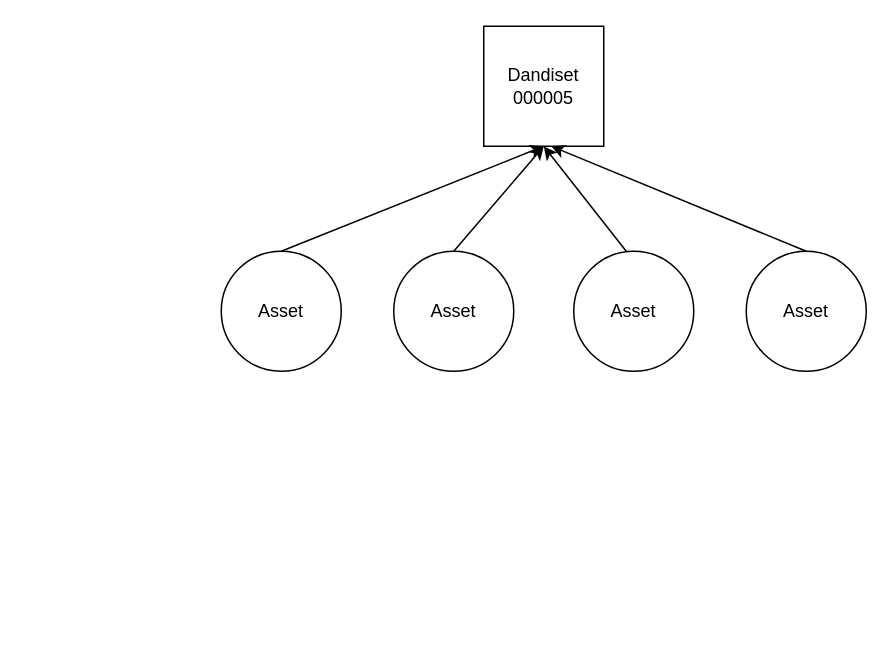
The draw.io diagram AssetDandisetM2M.drawio in mvandenburgh/rcte-talk, before the edit. Source tidied: cells renumbered, new cells numbered last; positions are measured from the earlier drawing's top-left corner, leaving out a move shared by most shapes. Both pictures are drawn from the tidied source at 150%, with x=0, y=0 at pixel (220, 26).
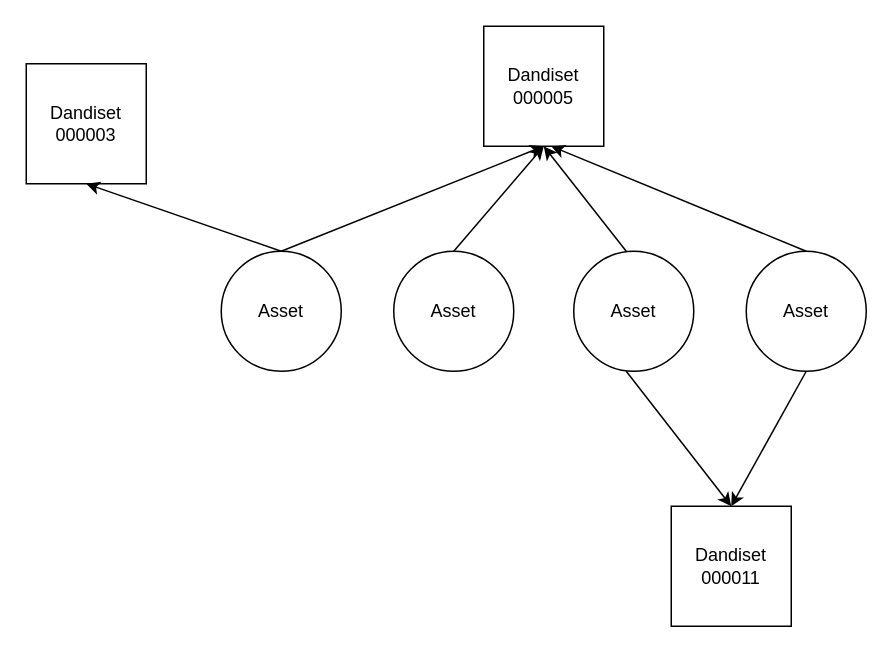
The same page after the edit.

The edit, as a diff of the source:
```diff
@@
+    <mxCell id="16" style="whiteSpace=wrap;html=1;" parent="1" vertex="1">
+      <mxGeometry x="300" y="320" width="80" height="80" as="geometry" />
+    </mxCell>
+    <mxCell id="17" value="Dandiset 000011" style="text;html=1;align=center;verticalAlign=middle;whiteSpace=wrap;rounded=0;" parent="1" vertex="1">
+      <mxGeometry x="310" y="345" width="60" height="30" as="geometry" />
+    </mxCell>
+    <mxCell id="18" style="whiteSpace=wrap;html=1;" parent="1" vertex="1">
+      <mxGeometry x="-130" y="25" width="80" height="80" as="geometry" />
+    </mxCell>
+    <mxCell id="19" value="Dandiset 000003" style="text;html=1;align=center;verticalAlign=middle;whiteSpace=wrap;rounded=0;" parent="1" vertex="1">
+      <mxGeometry x="-120" y="50" width="60" height="30" as="geometry" />
+    </mxCell>
+    <mxCell id="20" style="endArrow=classic;html=1;rounded=0;entryX=0.5;entryY=1;entryDx=0;entryDy=0;" parent="1" edge="1" target="18">
+      <mxGeometry relative="1" as="geometry">
+        <mxPoint x="40" y="150" as="sourcePoint" />
+      </mxGeometry>
+    </mxCell>
+    <mxCell id="21" style="endArrow=classic;html=1;rounded=0;entryX=0.5;entryY=0;entryDx=0;entryDy=0;" parent="1" edge="1" target="16">
+      <mxGeometry relative="1" as="geometry">
+        <mxPoint x="270" y="230" as="sourcePoint" />
+      </mxGeometry>
+    </mxCell>
+    <mxCell id="22" style="endArrow=classic;html=1;rounded=0;entryX=0.5;entryY=0;entryDx=0;entryDy=0;" parent="1" edge="1" target="16">
+      <mxGeometry relative="1" as="geometry">
+        <mxPoint x="390" y="230" as="sourcePoint" />
+      </mxGeometry>
+    </mxCell>
```
